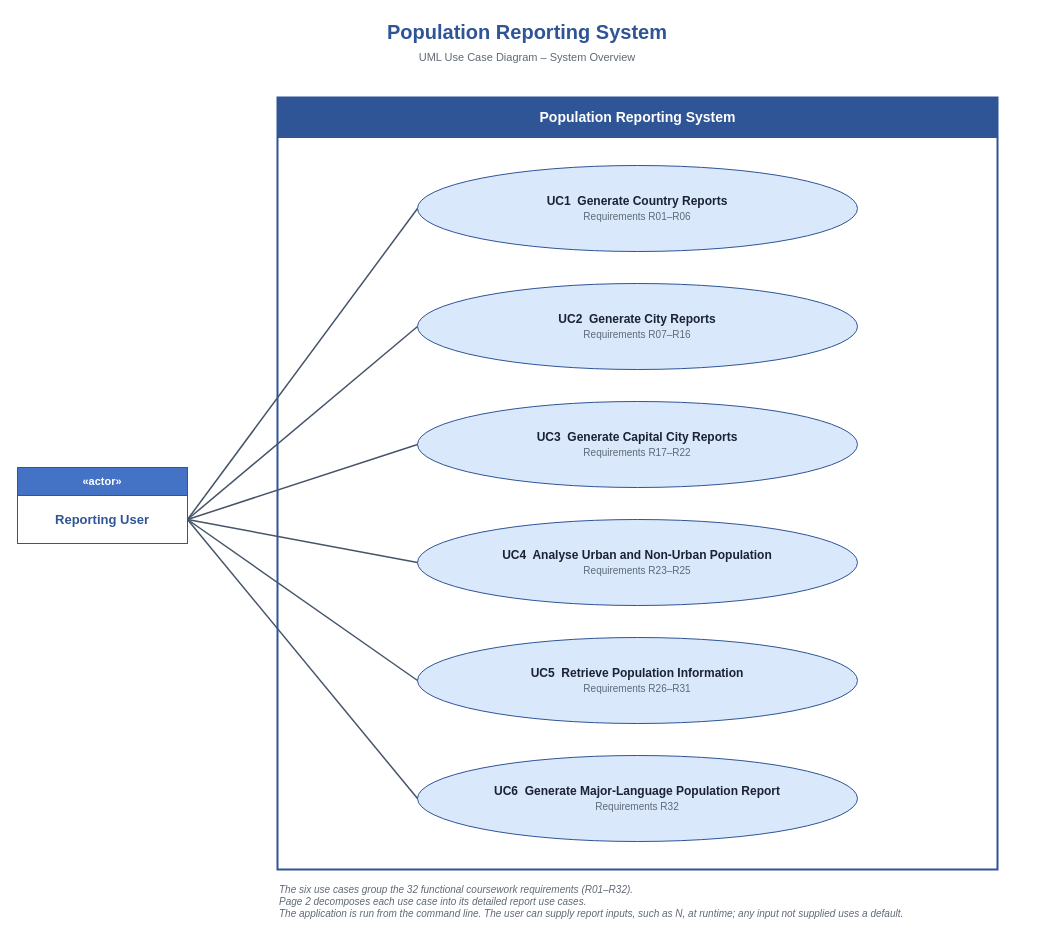
40842799/group24_project keeps this draw.io diagram as page "Page 1 - Overview" (1 of 2) of docs/use-cases/use-case-diagram.drawio. Above is the earlier version. Source tidied: cells renumbered, new cells numbered last; positions are measured from the earlier drawing's top-left corner, leaving out a move shared by most shapes. Both pictures are drawn from the tidied source at 100%, with x=0, y=0 at pixel (17, 17).
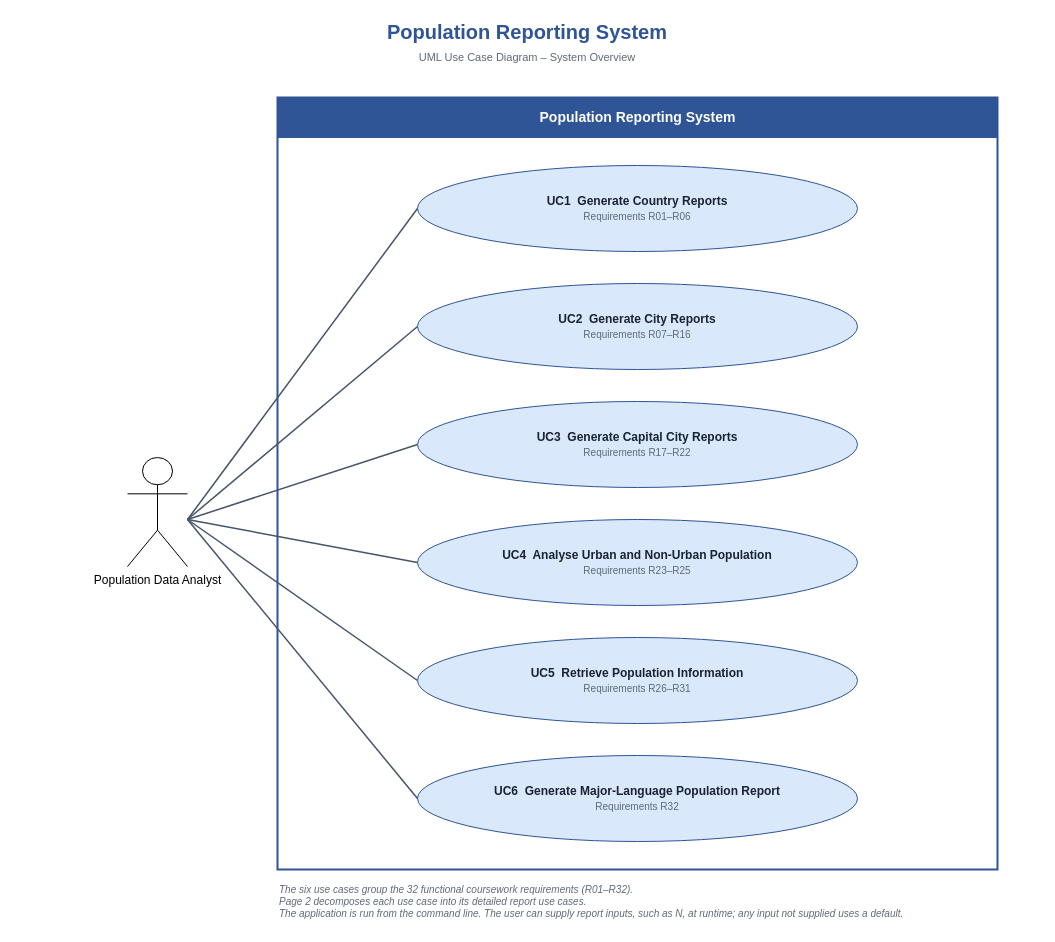
The same diagram, later.

Commit message (it also covers changes not shown here):
Update use case diagrams with Population Data Analyst actor

The change refers to these unchanged cells:
```xml
<mxCell id="8" value="&lt;b&gt;UC1&amp;nbsp; Generate Country Reports&lt;/b&gt;&lt;br&gt;&lt;font style=&quot;font-size:10px;color:#5F6976&quot;&gt;Requirements R01–R06&lt;/font&gt;" style="ellipse;whiteSpace=wrap;html=1;fillColor=#DAE8FC;strokeColor=#2F5597;fontSize=12;fontColor=#1A2233;" parent="1" vertex="1">
  <mxGeometry x="400" y="148" width="440" height="86" as="geometry" />
</mxCell>
<mxCell id="10" value="&lt;b&gt;UC2&amp;nbsp; Generate City Reports&lt;/b&gt;&lt;br&gt;&lt;font style=&quot;font-size:10px;color:#5F6976&quot;&gt;Requirements R07–R16&lt;/font&gt;" style="ellipse;whiteSpace=wrap;html=1;fillColor=#DAE8FC;strokeColor=#2F5597;fontSize=12;fontColor=#1A2233;" parent="1" vertex="1">
  <mxGeometry x="400" y="266" width="440" height="86" as="geometry" />
</mxCell>
<mxCell id="12" value="&lt;b&gt;UC3&amp;nbsp; Generate Capital City Reports&lt;/b&gt;&lt;br&gt;&lt;font style=&quot;font-size:10px;color:#5F6976&quot;&gt;Requirements R17–R22&lt;/font&gt;" style="ellipse;whiteSpace=wrap;html=1;fillColor=#DAE8FC;strokeColor=#2F5597;fontSize=12;fontColor=#1A2233;" parent="1" vertex="1">
  <mxGeometry x="400" y="384" width="440" height="86" as="geometry" />
</mxCell>
<mxCell id="14" value="&lt;b&gt;UC4&amp;nbsp; Analyse Urban and Non-Urban Population&lt;/b&gt;&lt;br&gt;&lt;font style=&quot;font-size:10px;color:#5F6976&quot;&gt;Requirements R23–R25&lt;/font&gt;" style="ellipse;whiteSpace=wrap;html=1;fillColor=#DAE8FC;strokeColor=#2F5597;fontSize=12;fontColor=#1A2233;" parent="1" vertex="1">
  <mxGeometry x="400" y="502" width="440" height="86" as="geometry" />
</mxCell>
<mxCell id="16" value="&lt;b&gt;UC5&amp;nbsp; Retrieve Population Information&lt;/b&gt;&lt;br&gt;&lt;font style=&quot;font-size:10px;color:#5F6976&quot;&gt;Requirements R26–R31&lt;/font&gt;" style="ellipse;whiteSpace=wrap;html=1;fillColor=#DAE8FC;strokeColor=#2F5597;fontSize=12;fontColor=#1A2233;" parent="1" vertex="1">
  <mxGeometry x="400" y="620" width="440" height="86" as="geometry" />
</mxCell>
<mxCell id="18" value="&lt;b&gt;UC6&amp;nbsp; Generate Major-Language Population Report&lt;/b&gt;&lt;br&gt;&lt;font style=&quot;font-size:10px;color:#5F6976&quot;&gt;Requirements R32&lt;/font&gt;" style="ellipse;whiteSpace=wrap;html=1;fillColor=#DAE8FC;strokeColor=#2F5597;fontSize=12;fontColor=#1A2233;" parent="1" vertex="1">
  <mxGeometry x="400" y="738" width="440" height="86" as="geometry" />
</mxCell>
```

What changed in the source:
```diff
@@
-    <mxCell id="6" value="«actor»" style="rounded=0;html=1;whiteSpace=wrap;fillColor=#4472C4;strokeColor=#2F5597;fontColor=#FFFFFF;fontStyle=1;fontSize=11;" parent="1" vertex="1">
-      <mxGeometry y="450" width="170" height="28" as="geometry" />
-    </mxCell>
-    <mxCell id="7" value="Reporting User" style="rounded=0;html=1;whiteSpace=wrap;fillColor=#FFFFFF;strokeColor=#2F5597;fontColor=#2F5597;fontStyle=1;fontSize=13;" parent="1" vertex="1">
-      <mxGeometry y="478" width="170" height="48" as="geometry" />
-    </mxCell>
@@
-    <mxCell id="9" style="endArrow=none;html=1;strokeColor=#455468;strokeWidth=1.5;exitX=1;exitY=0.5;exitDx=0;exitDy=0;entryX=0;entryY=0.5;entryDx=0;entryDy=0;" parent="1" edge="1" source="7" target="8">
-      <mxGeometry relative="1" as="geometry" />
+    <mxCell id="9" style="endArrow=none;html=1;strokeColor=#455468;strokeWidth=1.5;exitX=1;exitY=0.5;exitDx=0;exitDy=0;entryX=0;entryY=0.5;entryDx=0;entryDy=0;" parent="1" edge="1" target="8">
+      <mxGeometry relative="1" as="geometry">
+        <mxPoint x="170" y="502" as="sourcePoint" />
+      </mxGeometry>
     </mxCell>
@@
-    <mxCell id="11" style="endArrow=none;html=1;strokeColor=#455468;strokeWidth=1.5;exitX=1;exitY=0.5;exitDx=0;exitDy=0;entryX=0;entryY=0.5;entryDx=0;entryDy=0;" parent="1" edge="1" source="7" target="10">
-      <mxGeometry relative="1" as="geometry" />
+    <mxCell id="11" style="endArrow=none;html=1;strokeColor=#455468;strokeWidth=1.5;exitX=1;exitY=0.5;exitDx=0;exitDy=0;entryX=0;entryY=0.5;entryDx=0;entryDy=0;" parent="1" edge="1" target="10">
+      <mxGeometry relative="1" as="geometry">
+        <mxPoint x="170" y="502" as="sourcePoint" />
+      </mxGeometry>
     </mxCell>
@@
-    <mxCell id="13" style="endArrow=none;html=1;strokeColor=#455468;strokeWidth=1.5;exitX=1;exitY=0.5;exitDx=0;exitDy=0;entryX=0;entryY=0.5;entryDx=0;entryDy=0;" parent="1" edge="1" source="7" target="12">
-      <mxGeometry relative="1" as="geometry" />
+    <mxCell id="13" style="endArrow=none;html=1;strokeColor=#455468;strokeWidth=1.5;exitX=1;exitY=0.5;exitDx=0;exitDy=0;entryX=0;entryY=0.5;entryDx=0;entryDy=0;" parent="1" edge="1" target="12">
+      <mxGeometry relative="1" as="geometry">
+        <mxPoint x="170" y="502" as="sourcePoint" />
+      </mxGeometry>
     </mxCell>
@@
-    <mxCell id="15" style="endArrow=none;html=1;strokeColor=#455468;strokeWidth=1.5;exitX=1;exitY=0.5;exitDx=0;exitDy=0;entryX=0;entryY=0.5;entryDx=0;entryDy=0;" parent="1" edge="1" source="7" target="14">
-      <mxGeometry relative="1" as="geometry" />
+    <mxCell id="15" style="endArrow=none;html=1;strokeColor=#455468;strokeWidth=1.5;exitX=1;exitY=0.5;exitDx=0;exitDy=0;entryX=0;entryY=0.5;entryDx=0;entryDy=0;" parent="1" edge="1" target="14">
+      <mxGeometry relative="1" as="geometry">
+        <mxPoint x="170" y="502" as="sourcePoint" />
+      </mxGeometry>
     </mxCell>
@@
-    <mxCell id="17" style="endArrow=none;html=1;strokeColor=#455468;strokeWidth=1.5;exitX=1;exitY=0.5;exitDx=0;exitDy=0;entryX=0;entryY=0.5;entryDx=0;entryDy=0;" parent="1" edge="1" source="7" target="16">
-      <mxGeometry relative="1" as="geometry" />
+    <mxCell id="17" style="endArrow=none;html=1;strokeColor=#455468;strokeWidth=1.5;exitX=1;exitY=0.5;exitDx=0;exitDy=0;entryX=0;entryY=0.5;entryDx=0;entryDy=0;" parent="1" edge="1" target="16">
+      <mxGeometry relative="1" as="geometry">
+        <mxPoint x="170" y="502" as="sourcePoint" />
+      </mxGeometry>
     </mxCell>
@@
-    <mxCell id="19" style="endArrow=none;html=1;strokeColor=#455468;strokeWidth=1.5;exitX=1;exitY=0.5;exitDx=0;exitDy=0;entryX=0;entryY=0.5;entryDx=0;entryDy=0;" parent="1" edge="1" source="7" target="18">
-      <mxGeometry relative="1" as="geometry" />
+    <mxCell id="19" style="endArrow=none;html=1;strokeColor=#455468;strokeWidth=1.5;exitX=1;exitY=0.5;exitDx=0;exitDy=0;entryX=0;entryY=0.5;entryDx=0;entryDy=0;" parent="1" edge="1" target="18">
+      <mxGeometry relative="1" as="geometry">
+        <mxPoint x="170" y="502" as="sourcePoint" />
+      </mxGeometry>
     </mxCell>
@@
+    <mxCell id="21" value="Population Data Analyst" style="shape=umlActor;verticalLabelPosition=bottom;verticalAlign=top;html=1;labelPerimeter=1;" parent="1" vertex="1">
+      <mxGeometry x="110" y="440" width="60" height="109" as="geometry" />
+    </mxCell>
```
